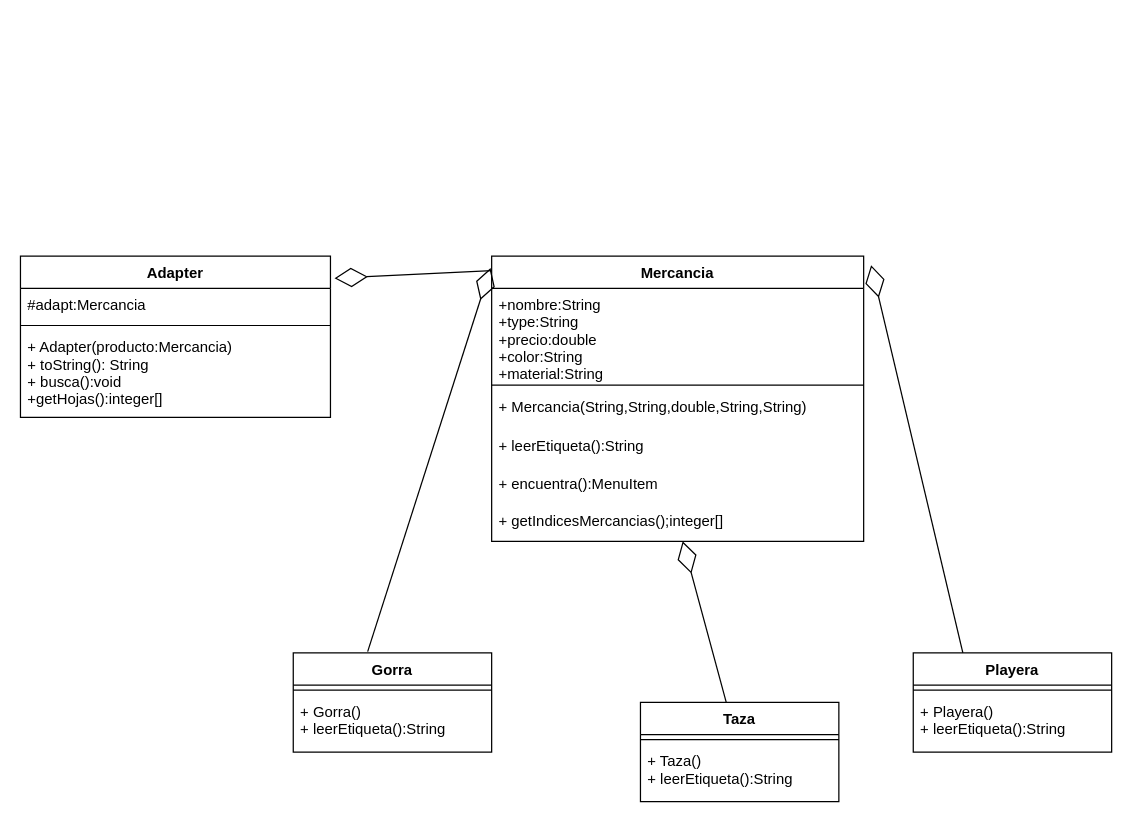
The draw.io diagram Adapter.drawio in Rogarpa/Proyecto-1-Modelado-y-Programacion, before the edit. Source tidied: cells renumbered, new cells numbered last; positions are measured from the earlier drawing's top-left corner, leaving out a move shared by most shapes. Both pictures are drawn from the tidied source at 124%, with x=0, y=0 at pixel (20, 255).
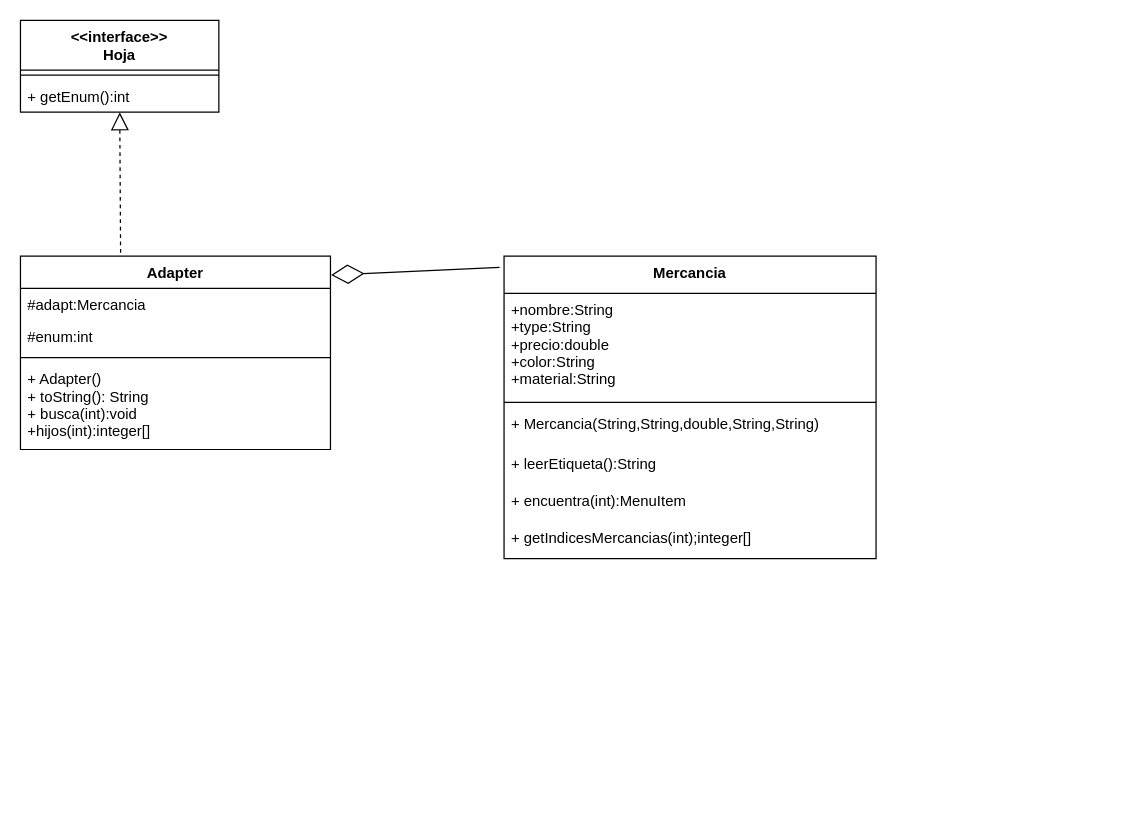
The same diagram, later.

Commit message (it also covers changes not shown here):
Modificado el patron Adapter.

The edit, as a diff of the source:
```diff
@@
+    <mxCell id="9" value="Adapter" style="swimlane;fontStyle=1;align=center;verticalAlign=top;horizontal=1;startSize=26;" parent="1" vertex="1">
+      <mxGeometry width="250" height="156" as="geometry" />
+    </mxCell>
+    <mxCell id="26" value="#adapt:Mercancia" style="text;strokeColor=none;fillColor=none;align=left;verticalAlign=top;spacingLeft=4;spacingRight=4;overflow=hidden;" parent="9" vertex="1">
+      <mxGeometry y="26" width="250" height="26" as="geometry" />
+    </mxCell>
+    <mxCell id="10" value="#enum:int" style="text;strokeColor=none;fillColor=none;align=left;verticalAlign=top;spacingLeft=4;spacingRight=4;overflow=hidden;" parent="9" vertex="1">
+      <mxGeometry y="52" width="250" height="26" as="geometry" />
+    </mxCell>
+    <mxCell id="11" style="line;strokeWidth=1;fillColor=none;align=left;verticalAlign=middle;spacingTop=-1;spacingLeft=3;spacingRight=3;labelPosition=right;" parent="9" vertex="1">
+      <mxGeometry y="78" width="250" height="8" as="geometry" />
+    </mxCell>
+    <mxCell id="12" value="+ Adapter()&#10;+ toString(): String&#10;+ busca(int):void&#10;+hijos(int):integer[]" style="text;strokeColor=none;fillColor=none;align=left;verticalAlign=top;spacingLeft=4;spacingRight=4;overflow=hidden;" parent="9" vertex="1">
+      <mxGeometry y="86" width="250" height="70" as="geometry" />
+    </mxCell>
+    <mxCell id="13" style="endArrow=diamondThin;endFill=0;endSize=24;html=1;exitX=-0.012;exitY=0.037;exitDx=0;exitDy=0;exitPerimeter=0;entryX=1.002;entryY=0.098;entryDx=0;entryDy=0;entryPerimeter=0;" parent="1" edge="1" source="2" target="9">
+      <mxGeometry relative="1" as="geometry" />
+    </mxCell>
-    <mxCell id="2" value="Mercancia" style="swimlane;fontStyle=1;align=center;verticalAlign=top;horizontal=1;startSize=26;" parent="1" vertex="1">
-      <mxGeometry x="380" width="300" height="230" as="geometry" />
+    <mxCell id="2" value="Mercancia" style="swimlane;fontStyle=1;align=center;verticalAlign=top;horizontal=1;startSize=30;" parent="1" vertex="1">
+      <mxGeometry x="390" width="300" height="244" as="geometry" />
     </mxCell>
     <mxCell id="3" value="+nombre:String&#10;+type:String&#10;+precio:double&#10;+color:String&#10;+material:String" style="text;strokeColor=none;fillColor=none;align=left;verticalAlign=top;spacingLeft=4;spacingRight=4;overflow=hidden;" parent="2" vertex="1">
-      <mxGeometry y="26" width="300" height="74" as="geometry" />
+      <mxGeometry y="30" width="300" height="84" as="geometry" />
     </mxCell>
     <mxCell id="4" style="line;strokeWidth=1;fillColor=none;align=left;verticalAlign=middle;spacingTop=-1;spacingLeft=3;spacingRight=3;labelPosition=right;" parent="2" vertex="1">
-      <mxGeometry y="100" width="300" height="8" as="geometry" />
+      <mxGeometry y="114" width="300" height="8" as="geometry" />
     </mxCell>
     <mxCell id="5" value="+ Mercancia(String,String,double,String,String)" style="text;strokeColor=none;fillColor=none;align=left;verticalAlign=top;spacingLeft=4;spacingRight=4;overflow=hidden;" parent="2" vertex="1">
-      <mxGeometry y="108" width="300" height="32" as="geometry" />
+      <mxGeometry y="122" width="300" height="32" as="geometry" />
     </mxCell>
     <mxCell id="6" value="+ leerEtiqueta():String" style="text;strokeColor=none;fillColor=none;align=left;verticalAlign=top;spacingLeft=4;spacingRight=4;overflow=hidden;" parent="2" vertex="1">
-      <mxGeometry y="140" width="300" height="30" as="geometry" />
+      <mxGeometry y="154" width="300" height="30" as="geometry" />
     </mxCell>
-    <mxCell id="7" value="+ encuentra():MenuItem" style="text;strokeColor=none;fillColor=none;align=left;verticalAlign=top;spacingLeft=4;spacingRight=4;overflow=hidden;" parent="2" vertex="1">
-      <mxGeometry y="170" width="300" height="30" as="geometry" />
+    <mxCell id="7" value="+ encuentra(int):MenuItem" style="text;strokeColor=none;fillColor=none;align=left;verticalAlign=top;spacingLeft=4;spacingRight=4;overflow=hidden;" parent="2" vertex="1">
+      <mxGeometry y="184" width="300" height="30" as="geometry" />
     </mxCell>
-    <mxCell id="8" value="+ getIndicesMercancias();integer[]" style="text;strokeColor=none;fillColor=none;align=left;verticalAlign=top;spacingLeft=4;spacingRight=4;overflow=hidden;points=[[0,0.5],[1,0.5]];portConstraint=eastwest;" parent="2" vertex="1">
-      <mxGeometry y="200" width="300" height="30" as="geometry" />
+    <mxCell id="8" value="+ getIndicesMercancias(int);integer[]" style="text;strokeColor=none;fillColor=none;align=left;verticalAlign=top;spacingLeft=4;spacingRight=4;overflow=hidden;points=[[0,0.5],[1,0.5]];portConstraint=eastwest;" parent="2" vertex="1">
+      <mxGeometry y="214" width="300" height="30" as="geometry" />
     </mxCell>
-    <mxCell id="9" value="Adapter" style="swimlane;fontStyle=1;align=center;verticalAlign=top;horizontal=1;startSize=26;" parent="1" vertex="1">
-      <mxGeometry width="250" height="130" as="geometry" />
-    </mxCell>
-    <mxCell id="10" value="#adapt:Mercancia" style="text;strokeColor=none;fillColor=none;align=left;verticalAlign=top;spacingLeft=4;spacingRight=4;overflow=hidden;" parent="9" vertex="1">
-      <mxGeometry y="26" width="250" height="26" as="geometry" />
-    </mxCell>
-    <mxCell id="11" style="line;strokeWidth=1;fillColor=none;align=left;verticalAlign=middle;spacingTop=-1;spacingLeft=3;spacingRight=3;labelPosition=right;" parent="9" vertex="1">
-      <mxGeometry y="52" width="250" height="8" as="geometry" />
-    </mxCell>
-    <mxCell id="12" value="+ Adapter(producto:Mercancia)&#10;+ toString(): String&#10;+ busca():void&#10;+getHojas():integer[]" style="text;strokeColor=none;fillColor=none;align=left;verticalAlign=top;spacingLeft=4;spacingRight=4;overflow=hidden;" parent="9" vertex="1">
-      <mxGeometry y="60" width="250" height="70" as="geometry" />
-    </mxCell>
-    <mxCell id="13" style="endArrow=diamondThin;endFill=0;endSize=24;html=1;exitX=0;exitY=0.051;exitDx=0;exitDy=0;exitPerimeter=0;entryX=1.013;entryY=0.138;entryDx=0;entryDy=0;entryPerimeter=0;" parent="1" edge="1" source="2" target="9">
-      <mxGeometry relative="1" as="geometry" />
-    </mxCell>
-    <mxCell id="14" value="Gorra" style="swimlane;fontStyle=1;align=center;verticalAlign=top;horizontal=1;startSize=26;" parent="1" vertex="1">
-      <mxGeometry x="220" y="320" width="160" height="80" as="geometry" />
-    </mxCell>
-    <mxCell id="15" style="line;strokeWidth=1;fillColor=none;align=left;verticalAlign=middle;spacingTop=-1;spacingLeft=3;spacingRight=3;labelPosition=right;" parent="14" vertex="1">
-      <mxGeometry y="26" width="160" height="8" as="geometry" />
-    </mxCell>
-    <mxCell id="16" value="+ Gorra()&#10;+ leerEtiqueta():String" style="text;strokeColor=none;fillColor=none;align=left;verticalAlign=top;spacingLeft=4;spacingRight=4;overflow=hidden;" parent="14" vertex="1">
-      <mxGeometry y="34" width="160" height="46" as="geometry" />
-    </mxCell>
-    <mxCell id="17" value="Taza" style="swimlane;fontStyle=1;align=center;verticalAlign=top;horizontal=1;startSize=26;" parent="1" vertex="1">
-      <mxGeometry x="500" y="360" width="160" height="80" as="geometry" />
-    </mxCell>
-    <mxCell id="18" style="line;strokeWidth=1;fillColor=none;align=left;verticalAlign=middle;spacingTop=-1;spacingLeft=3;spacingRight=3;labelPosition=right;" parent="17" vertex="1">
-      <mxGeometry y="26" width="160" height="8" as="geometry" />
-    </mxCell>
-    <mxCell id="19" value="+ Taza()&#10;+ leerEtiqueta():String" style="text;strokeColor=none;fillColor=none;align=left;verticalAlign=top;spacingLeft=4;spacingRight=4;overflow=hidden;" parent="17" vertex="1">
-      <mxGeometry y="34" width="160" height="46" as="geometry" />
-    </mxCell>
-    <mxCell id="20" value="Playera" style="swimlane;fontStyle=1;align=center;verticalAlign=top;horizontal=1;startSize=26;" parent="1" vertex="1">
-      <mxGeometry x="720" y="320" width="160" height="80" as="geometry" />
-    </mxCell>
-    <mxCell id="21" style="line;strokeWidth=1;fillColor=none;align=left;verticalAlign=middle;spacingTop=-1;spacingLeft=3;spacingRight=3;labelPosition=right;" parent="20" vertex="1">
-      <mxGeometry y="26" width="160" height="8" as="geometry" />
-    </mxCell>
-    <mxCell id="22" value="+ Playera()&#10;+ leerEtiqueta():String" style="text;strokeColor=none;fillColor=none;align=left;verticalAlign=top;spacingLeft=4;spacingRight=4;overflow=hidden;" parent="20" vertex="1">
-      <mxGeometry y="34" width="160" height="46" as="geometry" />
-    </mxCell>
-    <mxCell id="23" style="endArrow=diamondThin;endFill=0;endSize=24;html=1;exitX=0.375;exitY=-0.012;exitDx=0;exitDy=0;exitPerimeter=0;entryX=-0.003;entryY=0.042;entryDx=0;entryDy=0;entryPerimeter=0;" parent="1" edge="1" source="14" target="2">
-      <mxGeometry relative="1" as="geometry" />
-    </mxCell>
-    <mxCell id="24" style="endArrow=diamondThin;endFill=0;endSize=24;html=1;" parent="1" edge="1" source="17" target="8">
-      <mxGeometry relative="1" as="geometry" />
-    </mxCell>
-    <mxCell id="25" style="endArrow=diamondThin;endFill=0;endSize=24;html=1;exitX=0.25;exitY=0;exitDx=0;exitDy=0;entryX=1.02;entryY=0.032;entryDx=0;entryDy=0;entryPerimeter=0;" parent="1" edge="1" source="20" target="2">
-      <mxGeometry relative="1" as="geometry" />
-    </mxCell>
+    <mxCell id="27" style="endArrow=block;dashed=1;endFill=0;endSize=12;html=1;exitX=0.323;exitY=-0.017;exitDx=0;exitDy=0;exitPerimeter=0;" parent="1" edge="1" source="9" target="30">
+      <mxGeometry relative="1" as="geometry" />
+    </mxCell>
+    <mxCell id="28" value="&lt;&lt;interface&gt;&gt;&#10;Hoja&#10;" style="swimlane;fontStyle=1;align=center;verticalAlign=top;horizontal=1;startSize=40;" parent="1" vertex="1">
+      <mxGeometry y="-190" width="160" height="74" as="geometry" />
+    </mxCell>
+    <mxCell id="29" style="line;strokeWidth=1;fillColor=none;align=left;verticalAlign=middle;spacingTop=-1;spacingLeft=3;spacingRight=3;labelPosition=right;" parent="28" vertex="1">
+      <mxGeometry y="40" width="160" height="8" as="geometry" />
+    </mxCell>
+    <mxCell id="30" value="+ getEnum():int " style="text;strokeColor=none;fillColor=none;align=left;verticalAlign=top;spacingLeft=4;spacingRight=4;overflow=hidden;points=[[0,0.5],[1,0.5]];portConstraint=eastwest;" parent="28" vertex="1">
+      <mxGeometry y="48" width="160" height="26" as="geometry" />
+    </mxCell>
```
